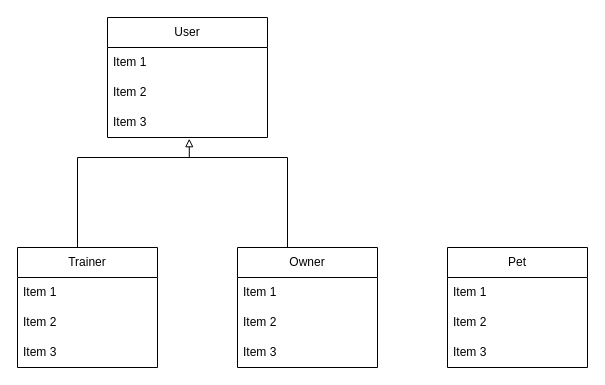
This is Ressources/UML diagrams/class.dio from WildCodeSchool/cdajs-2405-projet-la-meute, a draw.io file, before an edit. Source tidied: cells renumbered, new cells numbered last; positions are measured from the earlier drawing's top-left corner, leaving out a move shared by most shapes. Both pictures are drawn from the tidied source at 100%, with x=0, y=0 at pixel (17, 17).
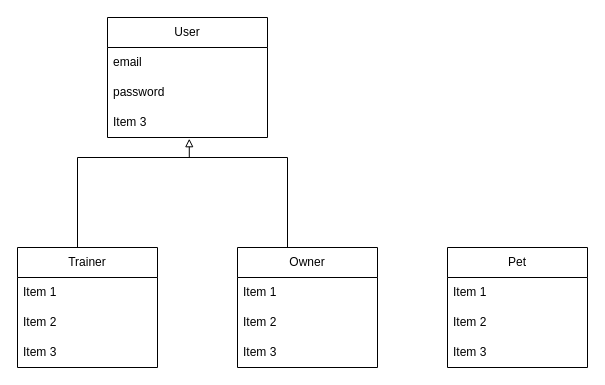
Above is the later version.

Commit message:
uml class diagram

The change refers to these unchanged cells:
```xml
<mxCell id="2" value="User" style="swimlane;fontStyle=0;horizontal=1;startSize=30;whiteSpace=wrap;html=1;" parent="1" vertex="1">
  <mxGeometry x="90" width="160" height="120" as="geometry" />
</mxCell>
```

The edit, as a diff of the source:
```diff
@@
-    <mxCell id="3" value="Item 1" style="text;strokeColor=none;fillColor=none;align=left;verticalAlign=middle;spacingLeft=4;spacingRight=4;overflow=hidden;whiteSpace=wrap;html=1;" parent="2" vertex="1">
+    <mxCell id="3" value="email" style="text;strokeColor=none;fillColor=none;align=left;verticalAlign=middle;spacingLeft=4;spacingRight=4;overflow=hidden;whiteSpace=wrap;html=1;" parent="2" vertex="1">
       <mxGeometry y="30" width="160" height="30" as="geometry" />
     </mxCell>
-    <mxCell id="4" value="Item 2" style="text;strokeColor=none;fillColor=none;align=left;verticalAlign=middle;spacingLeft=4;spacingRight=4;overflow=hidden;whiteSpace=wrap;html=1;" parent="2" vertex="1">
+    <mxCell id="4" value="password" style="text;strokeColor=none;fillColor=none;align=left;verticalAlign=middle;spacingLeft=4;spacingRight=4;overflow=hidden;whiteSpace=wrap;html=1;" parent="2" vertex="1">
       <mxGeometry y="60" width="160" height="30" as="geometry" />
     </mxCell>
```
